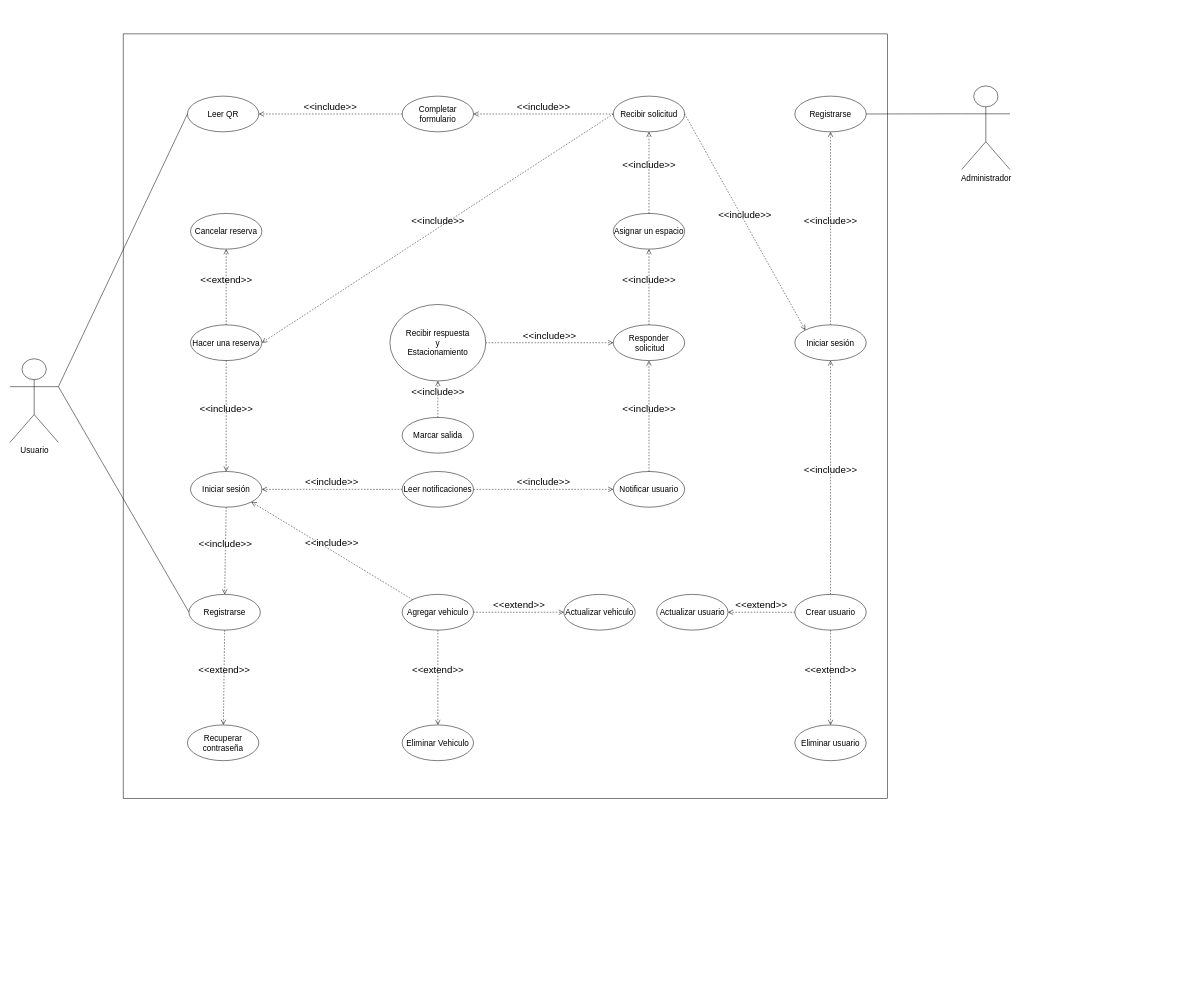
Before: Diagramas/Casos_general.drawio in MrRevillod/SmartParking, a draw.io diagram. Source tidied: cells renumbered, new cells numbered last; positions are measured from the earlier drawing's top-left corner, leaving out a move shared by most shapes. Both pictures are drawn from the tidied source at 51%, with x=0, y=0 at pixel (10, 34).
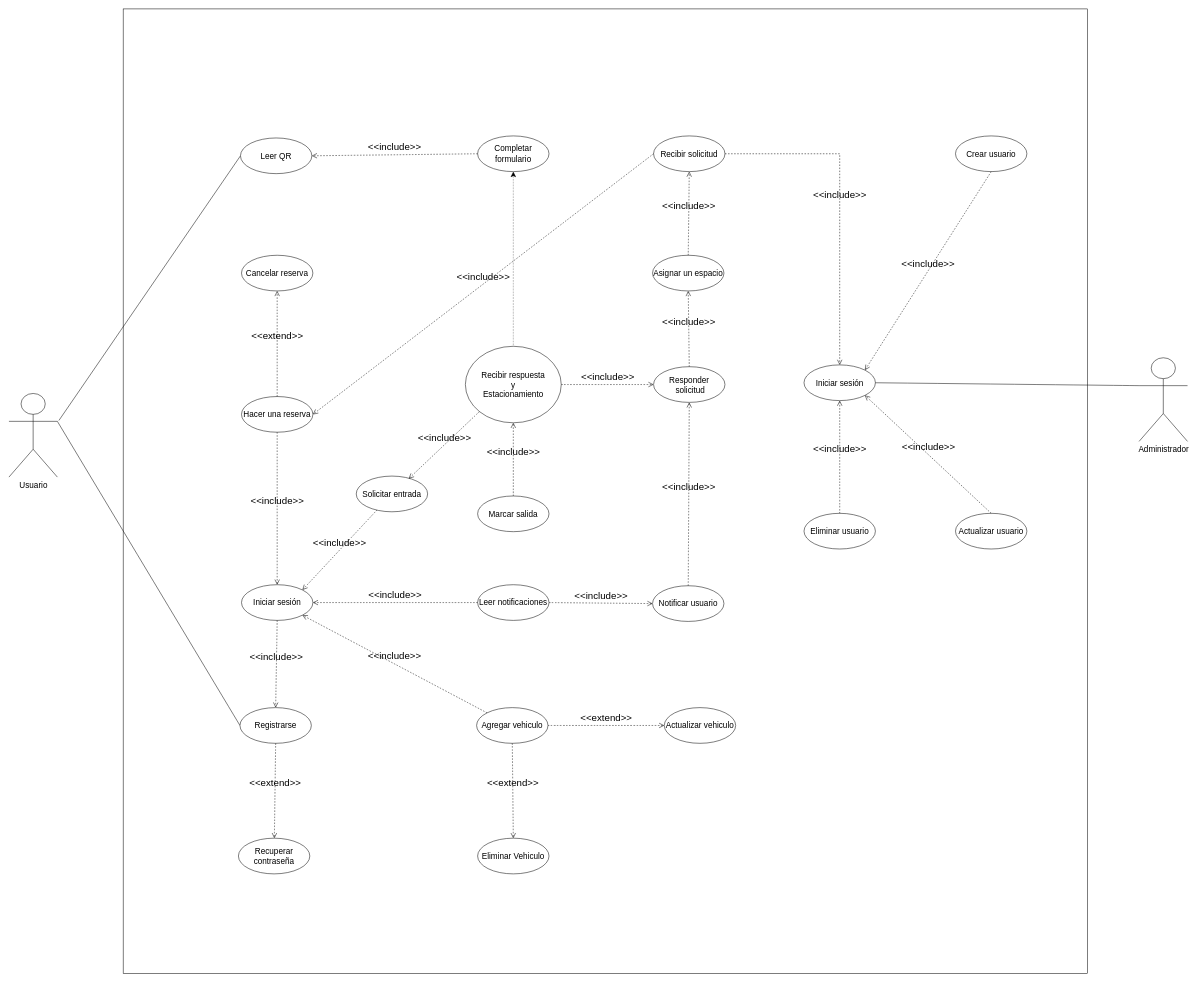
Above is the later version.

Commit message (it also covers changes not shown here):
patch casos

The edit, as a diff of the source:
```diff
@@
     <mxCell id="2" style="whiteSpace=wrap;html=1;fontSize=16;rotation=-90;" parent="1" vertex="1">
-      <mxGeometry x="222" width="1499" height="1499" as="geometry" />
+      <mxGeometry x="222" y="-49" width="1891" height="1891" as="geometry" />
     </mxCell>
     <mxCell id="3" value="Usuario" style="shape=umlActor;verticalLabelPosition=bottom;verticalAlign=top;html=1;outlineConnect=0;fontSize=16;" parent="1" vertex="1">
-      <mxGeometry y="637" width="95" height="164" as="geometry" />
+      <mxGeometry x="-2" y="705" width="95" height="164" as="geometry" />
     </mxCell>
     <mxCell id="4" value="Iniciar sesión" style="ellipse;whiteSpace=wrap;html=1;fontSize=16;" parent="1" vertex="1">
-      <mxGeometry x="354" y="858" width="140" height="70" as="geometry" />
+      <mxGeometry x="454" y="1080" width="140" height="70" as="geometry" />
     </mxCell>
@@
     <mxCell id="6" value="Registrarse" style="ellipse;whiteSpace=wrap;html=1;fontSize=16;" parent="1" vertex="1">
-      <mxGeometry x="351" y="1099" width="140" height="70" as="geometry" />
+      <mxGeometry x="451" y="1321" width="140" height="70" as="geometry" />
     </mxCell>
     <mxCell id="7" value="Completar formulario" style="ellipse;whiteSpace=wrap;html=1;fontSize=16;" parent="1" vertex="1">
-      <mxGeometry x="769" y="122" width="140" height="70" as="geometry" />
+      <mxGeometry x="917" y="200" width="140" height="70" as="geometry" />
     </mxCell>
     <mxCell id="8" value="Cancelar reserva" style="ellipse;whiteSpace=wrap;html=1;fontSize=16;" parent="1" vertex="1">
-      <mxGeometry x="354" y="352" width="140" height="70" as="geometry" />
+      <mxGeometry x="454" y="434" width="140" height="70" as="geometry" />
     </mxCell>
     <mxCell id="9" value="Marcar salida" style="ellipse;whiteSpace=wrap;html=1;fontSize=16;" parent="1" vertex="1">
-      <mxGeometry x="769" y="752" width="140" height="70" as="geometry" />
+      <mxGeometry x="917" y="906" width="140" height="70" as="geometry" />
     </mxCell>
     <mxCell id="10" value="Responder&lt;br&gt;&amp;nbsp;solicitud" style="ellipse;whiteSpace=wrap;html=1;fontSize=16;" parent="1" vertex="1">
-      <mxGeometry x="1183" y="570.5" width="140" height="70" as="geometry" />
+      <mxGeometry x="1262" y="652.5" width="140" height="70" as="geometry" />
     </mxCell>
     <mxCell id="11" value="Asignar un espacio" style="ellipse;whiteSpace=wrap;html=1;fontSize=16;" parent="1" vertex="1">
-      <mxGeometry x="1183" y="352" width="140" height="70" as="geometry" />
+      <mxGeometry x="1260" y="434" width="140" height="70" as="geometry" />
     </mxCell>
-    <mxCell id="12" style="edgeStyle=none;curved=1;rounded=0;jettySize=auto;html=1;exitX=0;exitY=0.5;exitDx=0;exitDy=0;fontSize=12;startSize=8;endSize=8;endArrow=none;endFill=0;entryX=1;entryY=0.3333333333333333;entryDx=0;entryDy=0;entryPerimeter=0;" parent="1" edge="1" source="13" target="3">
-      <mxGeometry relative="1" as="geometry" />
+    <mxCell id="12" style="edgeStyle=none;curved=1;rounded=0;jettySize=auto;html=1;exitX=0;exitY=0.5;exitDx=0;exitDy=0;fontSize=12;startSize=8;endSize=8;endArrow=none;endFill=0;" parent="1" edge="1" source="13">
+      <mxGeometry relative="1" as="geometry">
+        <mxPoint x="96" y="758" as="targetPoint" />
+      </mxGeometry>
     </mxCell>
     <mxCell id="13" value="Leer QR" style="ellipse;whiteSpace=wrap;html=1;fontSize=16;" parent="1" vertex="1">
-      <mxGeometry x="348" y="122" width="140" height="70" as="geometry" />
+      <mxGeometry x="452" y="204" width="140" height="70" as="geometry" />
     </mxCell>
     <mxCell id="14" value="Actualizar vehiculo" style="ellipse;whiteSpace=wrap;html=1;fontSize=16;" parent="1" vertex="1">
-      <mxGeometry x="1086" y="1099" width="140" height="70" as="geometry" />
+      <mxGeometry x="1283" y="1321" width="140" height="70" as="geometry" />
     </mxCell>
     <mxCell id="15" value="Agregar vehiculo" style="ellipse;whiteSpace=wrap;html=1;fontSize=16;" parent="1" vertex="1">
-      <mxGeometry x="769" y="1099" width="140" height="70" as="geometry" />
+      <mxGeometry x="915" y="1321" width="140" height="70" as="geometry" />
     </mxCell>
     <mxCell id="16" value="Eliminar Vehiculo" style="ellipse;whiteSpace=wrap;html=1;fontSize=16;" parent="1" vertex="1">
-      <mxGeometry x="769" y="1355" width="140" height="70" as="geometry" />
+      <mxGeometry x="917" y="1577" width="140" height="70" as="geometry" />
     </mxCell>
     <mxCell id="17" value="Hacer una reserva" style="ellipse;whiteSpace=wrap;html=1;fontSize=16;" parent="1" vertex="1">
-      <mxGeometry x="354" y="570.5" width="140" height="70" as="geometry" />
+      <mxGeometry x="454" y="711" width="140" height="70" as="geometry" />
     </mxCell>
+    <mxCell id="53" style="edgeStyle=none;curved=1;rounded=0;jettySize=auto;html=1;exitX=0.5;exitY=0;exitDx=0;exitDy=0;entryX=0.5;entryY=1;entryDx=0;entryDy=0;fontSize=12;startSize=8;endSize=8;dashed=1;dashPattern=1 2;" parent="1" edge="1" source="18" target="7">
+      <mxGeometry relative="1" as="geometry" />
+    </mxCell>
     <mxCell id="18" value="Recibir respuesta&lt;br&gt;y&lt;br&gt;Estacionamiento" style="ellipse;whiteSpace=wrap;html=1;fontSize=16;" parent="1" vertex="1">
-      <mxGeometry x="745" y="530.5" width="188" height="150" as="geometry" />
+      <mxGeometry x="893" y="612.5" width="188" height="150" as="geometry" />
     </mxCell>
     <mxCell id="19" value="Recibir solicitud" style="ellipse;whiteSpace=wrap;html=1;fontSize=16;" parent="1" vertex="1">
-      <mxGeometry x="1183" y="122" width="140" height="70" as="geometry" />
+      <mxGeometry x="1262" y="200" width="140" height="70" as="geometry" />
     </mxCell>
     <mxCell id="20" value="Notificar usuario" style="ellipse;whiteSpace=wrap;html=1;fontSize=16;" parent="1" vertex="1">
-      <mxGeometry x="1183" y="858" width="140" height="70" as="geometry" />
+      <mxGeometry x="1260" y="1082" width="140" height="70" as="geometry" />
     </mxCell>
     <mxCell id="21" value="Leer notificaciones" style="ellipse;whiteSpace=wrap;html=1;fontSize=16;" parent="1" vertex="1">
-      <mxGeometry x="769" y="858" width="140" height="70" as="geometry" />
+      <mxGeometry x="917" y="1080" width="140" height="70" as="geometry" />
     </mxCell>
     <mxCell id="22" value="Iniciar sesión" style="ellipse;whiteSpace=wrap;html=1;fontSize=16;" parent="1" vertex="1">
-      <mxGeometry x="1539" y="570.5" width="140" height="70" as="geometry" />
+      <mxGeometry x="1557" y="649" width="140" height="70" as="geometry" />
     </mxCell>
-    <mxCell id="23" value="Registrarse" style="ellipse;whiteSpace=wrap;html=1;fontSize=16;" parent="1" vertex="1">
-      <mxGeometry x="1539" y="122" width="140" height="70" as="geometry" />
-    </mxCell>
     <mxCell id="24" value="Recuperar contraseña" style="ellipse;whiteSpace=wrap;html=1;fontSize=16;" parent="1" vertex="1">
-      <mxGeometry x="348" y="1355" width="140" height="70" as="geometry" />
+      <mxGeometry x="448" y="1577" width="140" height="70" as="geometry" />
     </mxCell>
-    <mxCell id="25" style="edgeStyle=none;curved=1;rounded=0;jettySize=auto;html=1;exitX=0;exitY=0.3333333333333333;exitDx=0;exitDy=0;exitPerimeter=0;entryX=1;entryY=0.5;entryDx=0;entryDy=0;fontSize=12;startSize=8;endSize=8;endArrow=none;endFill=0;" parent="1" edge="1" source="26" target="23">
+    <mxCell id="25" style="edgeStyle=none;curved=1;rounded=0;jettySize=auto;html=1;exitX=0;exitY=0.3333333333333333;exitDx=0;exitDy=0;exitPerimeter=0;entryX=1;entryY=0.5;entryDx=0;entryDy=0;fontSize=12;startSize=8;endSize=8;endArrow=none;endFill=0;" parent="1" edge="1" source="26" target="22">
       <mxGeometry relative="1" as="geometry" />
     </mxCell>
     <mxCell id="26" value="Administrador" style="shape=umlActor;verticalLabelPosition=bottom;verticalAlign=top;html=1;outlineConnect=0;fontSize=16;" parent="1" vertex="1">
-      <mxGeometry x="1866" y="102" width="95" height="164" as="geometry" />
+      <mxGeometry x="2214" y="635" width="95" height="164" as="geometry" />
     </mxCell>
     <mxCell id="27" value="Actualizar usuario" style="ellipse;whiteSpace=wrap;html=1;fontSize=16;" parent="1" vertex="1">
-      <mxGeometry x="1268" y="1099" width="140" height="70" as="geometry" />
+      <mxGeometry x="1854" y="940" width="140" height="70" as="geometry" />
     </mxCell>
     <mxCell id="28" value="Crear usuario" style="ellipse;whiteSpace=wrap;html=1;fontSize=16;" parent="1" vertex="1">
-      <mxGeometry x="1539" y="1099" width="140" height="70" as="geometry" />
+      <mxGeometry x="1854" y="200" width="140" height="70" as="geometry" />
     </mxCell>
     <mxCell id="29" value="Eliminar usuario" style="ellipse;whiteSpace=wrap;html=1;fontSize=16;" parent="1" vertex="1">
-      <mxGeometry x="1539" y="1355" width="140" height="70" as="geometry" />
+      <mxGeometry x="1557" y="940" width="140" height="70" as="geometry" />
     </mxCell>
@@
-    <mxCell id="39" value="&lt;font style=&quot;font-size: 19px;&quot;&gt;&amp;lt;&amp;lt;include&amp;gt;&amp;gt;&lt;/font&gt;" style="endArrow=open;startArrow=none;endFill=0;startFill=0;endSize=8;html=1;verticalAlign=bottom;dashed=1;labelBackgroundColor=none;rounded=0;fontSize=12;curved=1;exitX=1;exitY=0.5;exitDx=0;exitDy=0;entryX=0;entryY=0;entryDx=0;entryDy=0;" parent="1" edge="1" source="19" target="22">
-      <mxGeometry relative="1" as="geometry" />
+    <mxCell id="39" value="&lt;font style=&quot;font-size: 19px;&quot;&gt;&amp;lt;&amp;lt;include&amp;gt;&amp;gt;&lt;/font&gt;" style="endArrow=open;startArrow=none;endFill=0;startFill=0;endSize=8;html=1;verticalAlign=bottom;dashed=1;labelBackgroundColor=none;rounded=0;fontSize=12;exitX=1;exitY=0.5;exitDx=0;exitDy=0;entryX=0.5;entryY=0;entryDx=0;entryDy=0;" parent="1" edge="1" source="19" target="22">
+      <mxGeometry relative="1" as="geometry">
+        <Array as="points">
+          <mxPoint x="1627" y="235" />
+        </Array>
+      </mxGeometry>
     </mxCell>
-    <mxCell id="40" value="&lt;font style=&quot;font-size: 19px;&quot;&gt;&amp;lt;&amp;lt;include&amp;gt;&amp;gt;&lt;/font&gt;" style="endArrow=open;startArrow=none;endFill=0;startFill=0;endSize=8;html=1;verticalAlign=bottom;dashed=1;labelBackgroundColor=none;rounded=0;fontSize=12;curved=1;exitX=0;exitY=0.5;exitDx=0;exitDy=0;entryX=1;entryY=0.5;entryDx=0;entryDy=0;" parent="1" edge="1" source="19" target="7">
-      <mxGeometry relative="1" as="geometry" />
-    </mxCell>
@@
-    <mxCell id="43" value="&lt;font style=&quot;font-size: 19px;&quot;&gt;&amp;lt;&amp;lt;include&amp;gt;&amp;gt;&lt;/font&gt;" style="endArrow=open;startArrow=none;endFill=0;startFill=0;endSize=8;html=1;verticalAlign=bottom;dashed=1;labelBackgroundColor=none;rounded=0;fontSize=12;curved=1;exitX=0.5;exitY=0;exitDx=0;exitDy=0;entryX=0.5;entryY=1;entryDx=0;entryDy=0;" parent="1" edge="1" source="28" target="22">
-      <mxGeometry relative="1" as="geometry" />
-    </mxCell>
-    <mxCell id="44" value="&lt;font style=&quot;font-size: 19px;&quot;&gt;&amp;lt;&amp;lt;include&amp;gt;&amp;gt;&lt;/font&gt;" style="endArrow=open;startArrow=none;endFill=0;startFill=0;endSize=8;html=1;verticalAlign=bottom;dashed=1;labelBackgroundColor=none;rounded=0;fontSize=12;curved=1;exitX=0.5;exitY=0;exitDx=0;exitDy=0;entryX=0.5;entryY=1;entryDx=0;entryDy=0;" parent="1" edge="1" source="22" target="23">
-      <mxGeometry relative="1" as="geometry" />
-    </mxCell>
@@
-    <mxCell id="48" value="&lt;font style=&quot;font-size: 19px;&quot;&gt;&amp;lt;&amp;lt;extend&amp;gt;&amp;gt;&lt;/font&gt;" style="endArrow=open;startArrow=none;endFill=0;startFill=0;endSize=8;html=1;verticalAlign=bottom;dashed=1;labelBackgroundColor=none;rounded=0;fontSize=12;curved=1;exitX=0;exitY=0.5;exitDx=0;exitDy=0;entryX=1;entryY=0.5;entryDx=0;entryDy=0;" parent="1" edge="1" source="28" target="27">
-      <mxGeometry relative="1" as="geometry" />
-    </mxCell>
-    <mxCell id="49" value="&lt;font style=&quot;font-size: 19px;&quot;&gt;&amp;lt;&amp;lt;extend&amp;gt;&amp;gt;&lt;/font&gt;" style="endArrow=open;startArrow=none;endFill=0;startFill=0;endSize=8;html=1;verticalAlign=bottom;dashed=1;labelBackgroundColor=none;rounded=0;fontSize=12;curved=1;exitX=0.5;exitY=1;exitDx=0;exitDy=0;" parent="1" edge="1" source="28" target="29">
-      <mxGeometry relative="1" as="geometry" />
-    </mxCell>
@@
+    <mxCell id="54" value="&lt;font style=&quot;font-size: 19px;&quot;&gt;&amp;lt;&amp;lt;include&amp;gt;&amp;gt;&lt;/font&gt;" style="endArrow=open;startArrow=none;endFill=0;startFill=0;endSize=8;html=1;verticalAlign=bottom;dashed=1;labelBackgroundColor=none;rounded=0;fontSize=12;exitX=0.5;exitY=0;exitDx=0;exitDy=0;entryX=1;entryY=1;entryDx=0;entryDy=0;" parent="1" edge="1" source="27" target="22">
+      <mxGeometry relative="1" as="geometry" />
+    </mxCell>
+    <mxCell id="43" value="&lt;font style=&quot;font-size: 19px;&quot;&gt;&amp;lt;&amp;lt;include&amp;gt;&amp;gt;&lt;/font&gt;" style="endArrow=open;startArrow=none;endFill=0;startFill=0;endSize=8;html=1;verticalAlign=bottom;dashed=1;labelBackgroundColor=none;rounded=0;fontSize=12;curved=1;exitX=0.5;exitY=1;exitDx=0;exitDy=0;entryX=1;entryY=0;entryDx=0;entryDy=0;" parent="1" edge="1" source="28" target="22">
+      <mxGeometry relative="1" as="geometry" />
+    </mxCell>
+    <mxCell id="55" value="&lt;font style=&quot;font-size: 19px;&quot;&gt;&amp;lt;&amp;lt;include&amp;gt;&amp;gt;&lt;/font&gt;" style="endArrow=open;startArrow=none;endFill=0;startFill=0;endSize=8;html=1;verticalAlign=bottom;dashed=1;labelBackgroundColor=none;rounded=0;fontSize=12;curved=1;exitX=0.5;exitY=0;exitDx=0;exitDy=0;entryX=0.5;entryY=1;entryDx=0;entryDy=0;" parent="1" edge="1" source="29" target="22">
+      <mxGeometry relative="1" as="geometry" />
+    </mxCell>
+    <mxCell id="56" value="Solicitar entrada" style="ellipse;whiteSpace=wrap;html=1;fontSize=16;" parent="1" vertex="1">
+      <mxGeometry x="679" y="867" width="140" height="70" as="geometry" />
+    </mxCell>
+    <mxCell id="57" value="&lt;font style=&quot;font-size: 19px;&quot;&gt;&amp;lt;&amp;lt;include&amp;gt;&amp;gt;&lt;/font&gt;" style="endArrow=open;startArrow=none;endFill=0;startFill=0;endSize=8;html=1;verticalAlign=bottom;dashed=1;labelBackgroundColor=none;rounded=0;fontSize=12;curved=1;entryX=1;entryY=0;entryDx=0;entryDy=0;" parent="1" edge="1" source="56" target="4">
+      <mxGeometry relative="1" as="geometry" />
+    </mxCell>
+    <mxCell id="58" value="&lt;font style=&quot;font-size: 19px;&quot;&gt;&amp;lt;&amp;lt;include&amp;gt;&amp;gt;&lt;/font&gt;" style="endArrow=open;startArrow=none;endFill=0;startFill=0;endSize=8;html=1;verticalAlign=bottom;dashed=1;labelBackgroundColor=none;rounded=0;fontSize=12;curved=1;exitX=0;exitY=1;exitDx=0;exitDy=0;entryX=0.736;entryY=0.071;entryDx=0;entryDy=0;entryPerimeter=0;" parent="1" edge="1" source="18" target="56">
+      <mxGeometry relative="1" as="geometry" />
+    </mxCell>
```
